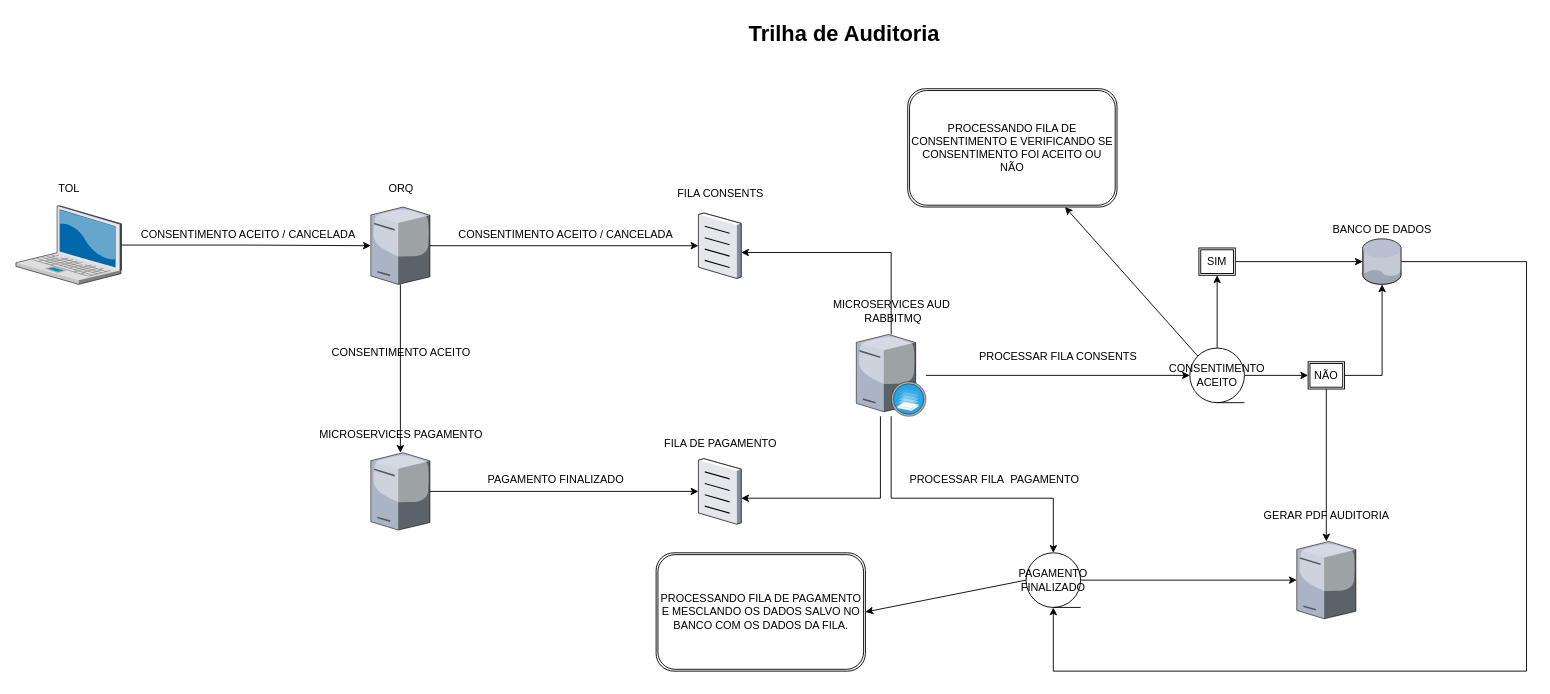
The draw.io diagram Untitled Diagram.drawio in jhonathangimenes/RabbitMQ, before the edit. Source tidied: cells renumbered, new cells numbered last; positions are measured from the earlier drawing's top-left corner, leaving out a move shared by most shapes. Both pictures are drawn from the tidied source at 91%, with x=0, y=0 at pixel (15, 15).
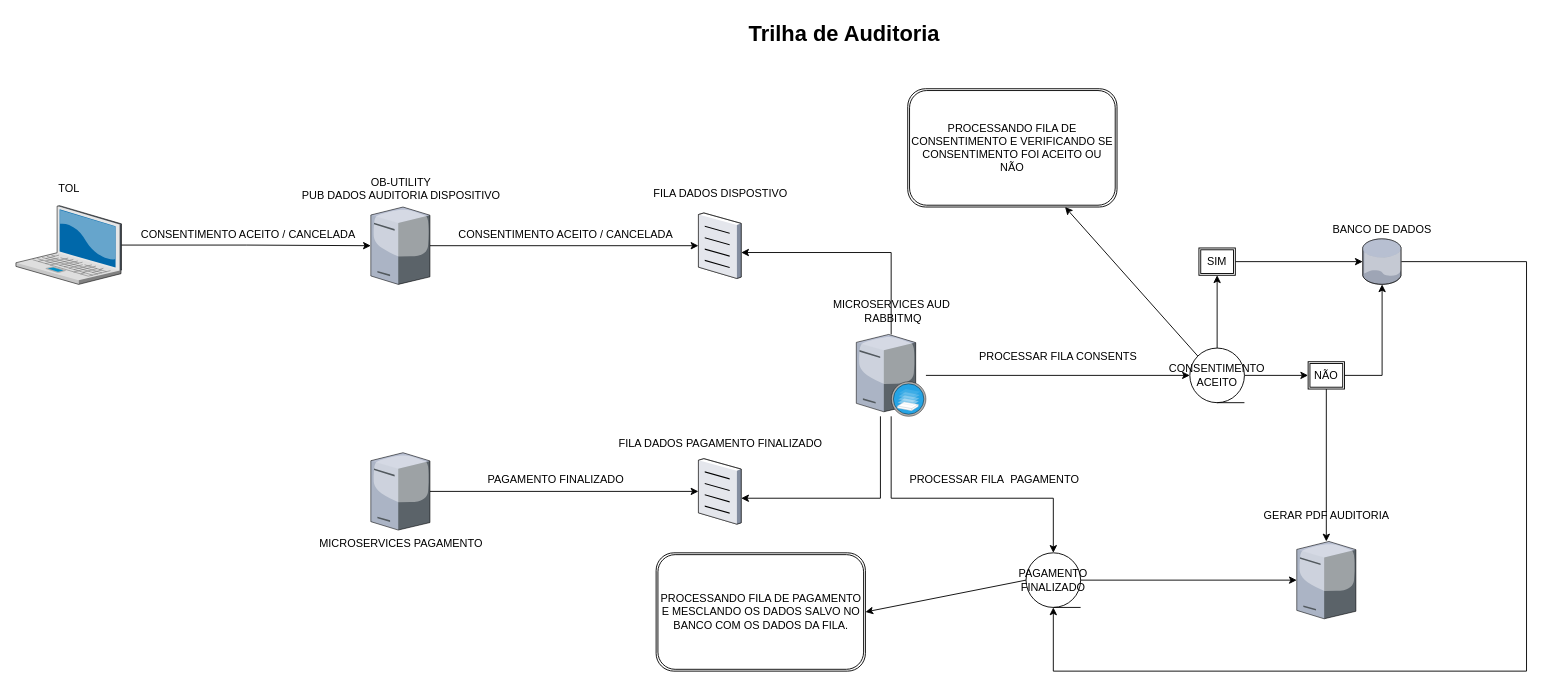
Above is the later version.

The change refers to these unchanged cells:
```xml
<mxCell id="7" style="verticalLabelPosition=bottom;sketch=0;html=1;verticalAlign=top;strokeColor=none;align=center;outlineConnect=0;shape=mxgraph.citrix.license_server;" parent="1" vertex="1">
  <mxGeometry x="390" y="210" width="65" height="85" as="geometry" />
</mxCell>
<mxCell id="18" style="verticalLabelPosition=bottom;sketch=0;html=1;verticalAlign=top;strokeColor=none;align=center;outlineConnect=0;shape=mxgraph.citrix.license_server;" parent="1" vertex="1">
  <mxGeometry x="390" y="480" width="65" height="85" as="geometry" />
</mxCell>
```

The edit, as a diff of the source:
```diff
@@
-    <mxCell id="6" style="edgeStyle=orthogonalEdgeStyle;rounded=0;jettySize=auto;html=1;" parent="1" edge="1" source="7" target="18">
-      <mxGeometry relative="1" as="geometry" />
-    </mxCell>
@@
-    <mxCell id="9" value="ORQ" style="text;html=1;align=center;verticalAlign=middle;strokeColor=none;fillColor=none;" parent="1" vertex="1">
-      <mxGeometry x="402.5" y="180" width="40" height="20" as="geometry" />
+    <mxCell id="9" value="OB-UTILITY&lt;br&gt;PUB DADOS AUDITORIA DISPOSITIVO" style="text;html=1;align=center;verticalAlign=middle;strokeColor=none;fillColor=none;" parent="1" vertex="1">
+      <mxGeometry x="307.5" y="175" width="230" height="30" as="geometry" />
     </mxCell>
-    <mxCell id="10" value="FILA CONSENTS" style="text;html=1;align=center;verticalAlign=middle;strokeColor=none;fillColor=none;" parent="1" vertex="1">
-      <mxGeometry x="718.5" y="185" width="110" height="20" as="geometry" />
+    <mxCell id="10" value="FILA DADOS DISPOSTIVO" style="text;html=1;align=center;verticalAlign=middle;strokeColor=none;fillColor=none;" parent="1" vertex="1">
+      <mxGeometry x="693.5" y="185" width="160" height="20" as="geometry" />
     </mxCell>
@@
     <mxCell id="19" value="MICROSERVICES PAGAMENTO" style="text;html=1;align=center;verticalAlign=middle;strokeColor=none;fillColor=none;" parent="1" vertex="1">
-      <mxGeometry x="327.5" y="450" width="190" height="20" as="geometry" />
+      <mxGeometry x="327.5" y="570" width="190" height="20" as="geometry" />
     </mxCell>
@@
-    <mxCell id="21" value="FILA DE PAGAMENTO" style="text;html=1;align=center;verticalAlign=middle;strokeColor=none;fillColor=none;" parent="1" vertex="1">
-      <mxGeometry x="703.5" y="460" width="140" height="20" as="geometry" />
+    <mxCell id="21" value="FILA DADOS PAGAMENTO FINALIZADO" style="text;html=1;align=center;verticalAlign=middle;strokeColor=none;fillColor=none;" parent="1" vertex="1">
+      <mxGeometry x="653.5" y="460" width="240" height="20" as="geometry" />
     </mxCell>
@@
-    <mxCell id="24" value="CONSENTIMENTO ACEITO" style="text;html=1;align=center;verticalAlign=middle;strokeColor=none;fillColor=none;" parent="1" vertex="1">
-      <mxGeometry x="337.5" y="360" width="170" height="20" as="geometry" />
-    </mxCell>
```
